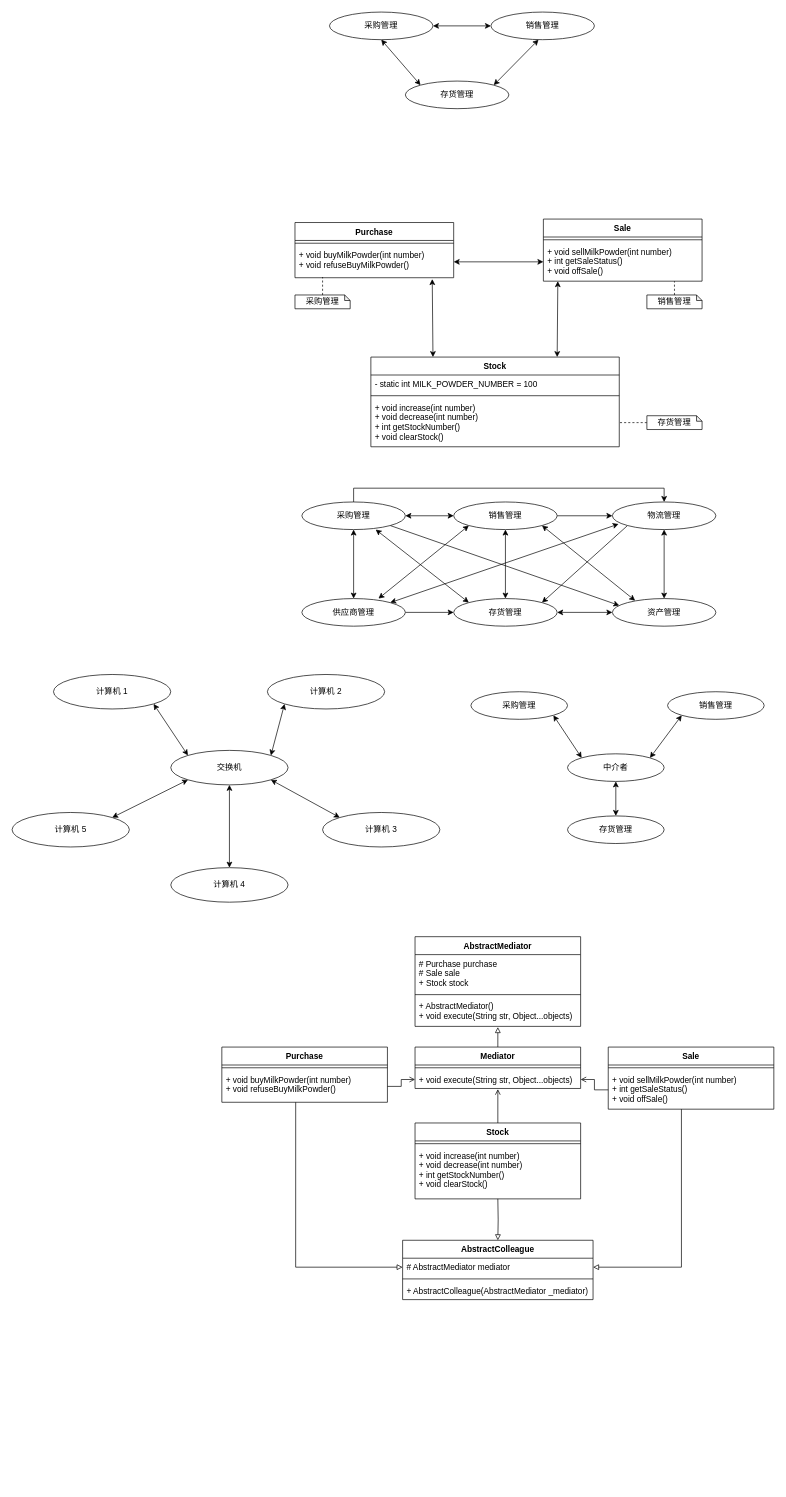
Above: src/8.mediator-pattern/中介者模式.drawio in ark-65/design-pattern-for-ts (draw.io), before the change. Source tidied: cells renumbered, new cells numbered last; positions are measured from the earlier drawing's top-left corner, leaving out a move shared by most shapes. Both pictures are drawn from the tidied source at 69%, with x=0, y=0 at pixel (12, 12).
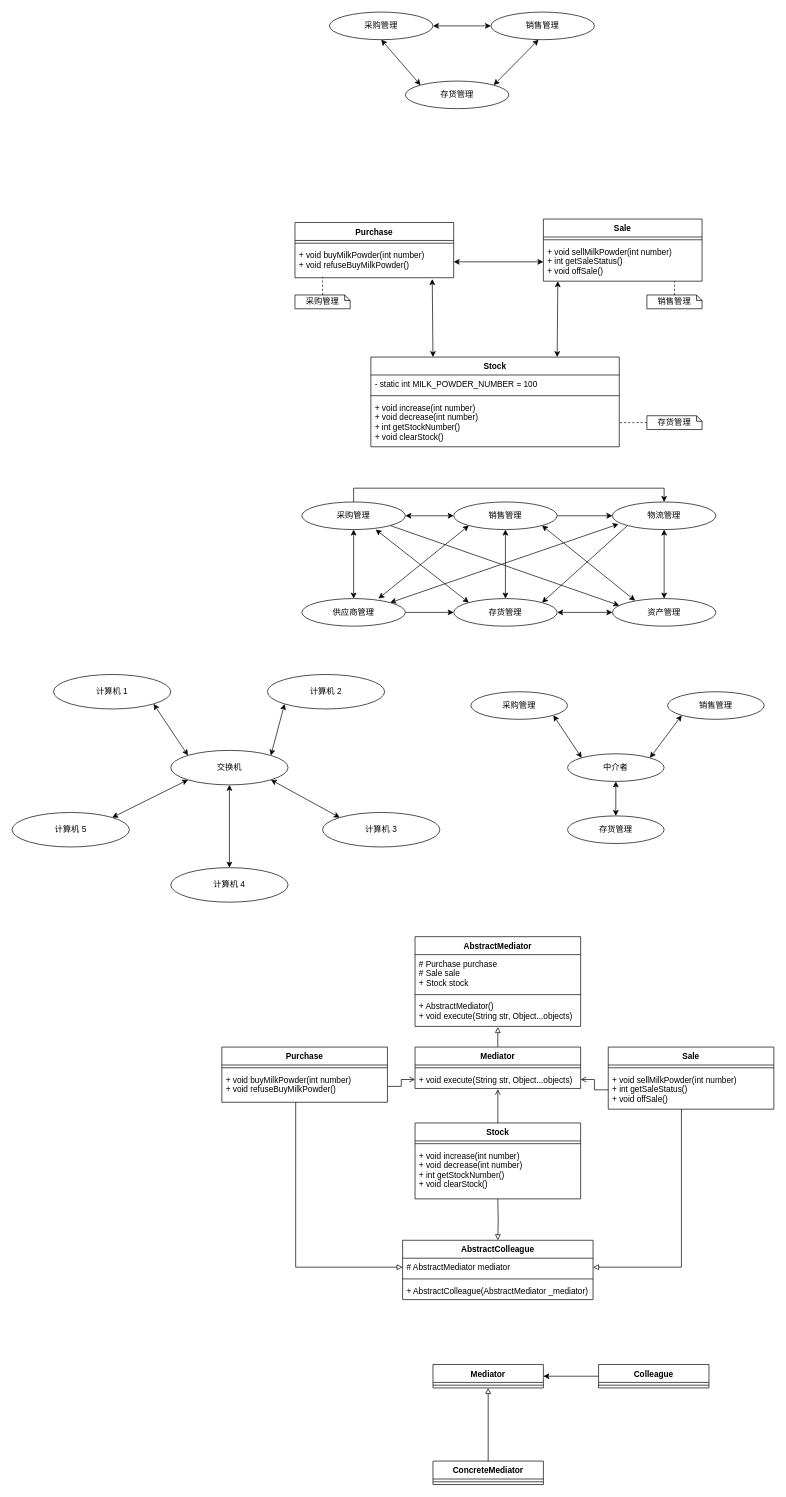
The same diagram, later.

Commit message (it also covers changes not shown here):
feat(mediator-pattern): 中介者模式

Diff of the diagram source:
```diff
@@
+    <mxCell id="92" value="Mediator" style="swimlane;fontStyle=1;align=center;verticalAlign=top;horizontal=1;startSize=26;whiteSpace=wrap;html=1;" parent="1" vertex="1">
+      <mxGeometry x="610" y="1960" width="160" height="34" as="geometry" />
+    </mxCell>
+    <mxCell id="93" style="line;strokeWidth=1;fillColor=none;align=left;verticalAlign=middle;spacingTop=-1;spacingLeft=3;spacingRight=3;labelPosition=right;strokeColor=inherit;" parent="92" vertex="1">
+      <mxGeometry y="26" width="160" height="8" as="geometry" />
+    </mxCell>
+    <mxCell id="94" style="edgeStyle=orthogonalEdgeStyle;rounded=0;jettySize=auto;html=1;exitX=0;exitY=0.5;exitDx=0;exitDy=0;" parent="1" edge="1" source="95" target="92">
+      <mxGeometry relative="1" as="geometry" />
+    </mxCell>
+    <mxCell id="95" value="Colleague" style="swimlane;fontStyle=1;align=center;verticalAlign=top;horizontal=1;startSize=26;whiteSpace=wrap;html=1;" parent="1" vertex="1">
+      <mxGeometry x="850" y="1960" width="160" height="34" as="geometry" />
+    </mxCell>
+    <mxCell id="96" style="line;strokeWidth=1;fillColor=none;align=left;verticalAlign=middle;spacingTop=-1;spacingLeft=3;spacingRight=3;labelPosition=right;strokeColor=inherit;" parent="95" vertex="1">
+      <mxGeometry y="26" width="160" height="8" as="geometry" />
+    </mxCell>
+    <mxCell id="97" style="edgeStyle=orthogonalEdgeStyle;rounded=0;jettySize=auto;html=1;exitX=0.5;exitY=0;exitDx=0;exitDy=0;entryX=0.5;entryY=1;entryDx=0;entryDy=0;endArrow=block;endFill=0;" parent="1" edge="1" source="98" target="92">
+      <mxGeometry relative="1" as="geometry" />
+    </mxCell>
+    <mxCell id="98" value="ConcreteMediator" style="swimlane;fontStyle=1;align=center;verticalAlign=top;horizontal=1;startSize=26;whiteSpace=wrap;html=1;" parent="1" vertex="1">
+      <mxGeometry x="610" y="2100" width="160" height="34" as="geometry" />
+    </mxCell>
+    <mxCell id="99" style="line;strokeWidth=1;fillColor=none;align=left;verticalAlign=middle;spacingTop=-1;spacingLeft=3;spacingRight=3;labelPosition=right;strokeColor=inherit;" parent="98" vertex="1">
+      <mxGeometry y="26" width="160" height="8" as="geometry" />
+    </mxCell>
```
